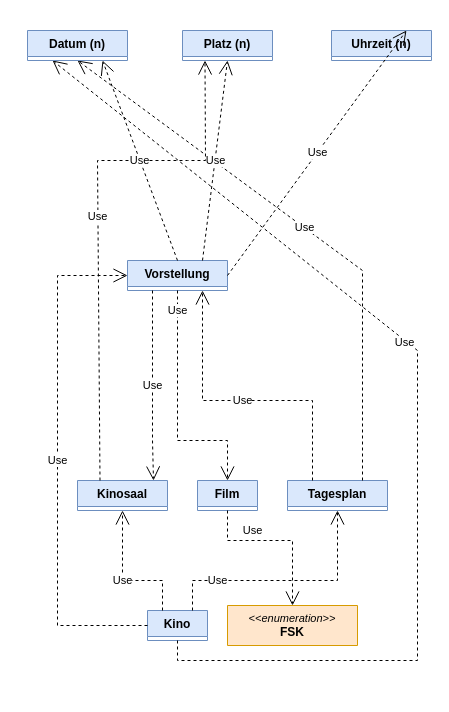
Before: Kino.drawio in minmyatthu556/diagramm, a draw.io diagram. Source tidied: cells renumbered, new cells numbered last; positions are measured from the earlier drawing's top-left corner, leaving out a move shared by most shapes. Both pictures are drawn from the tidied source at 100%, with x=0, y=0 at pixel (27, 30).
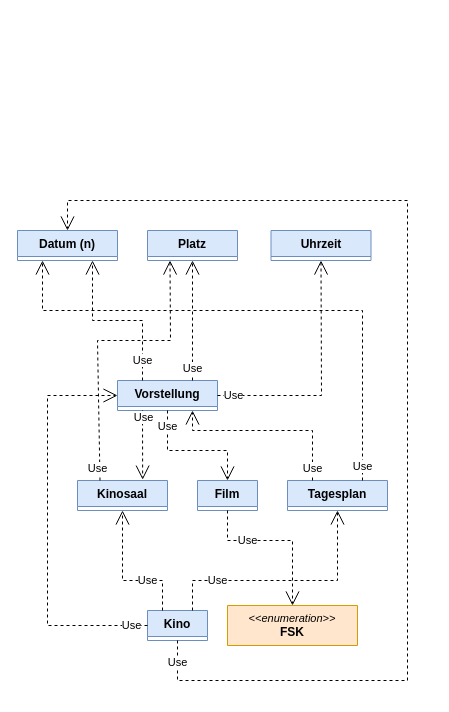
The same diagram, later.

The change refers to these unchanged cells:
```xml
<mxCell id="2" value="Film" style="swimlane;fontStyle=1;align=center;verticalAlign=top;horizontal=1;startSize=26;whiteSpace=wrap;html=1;fillColor=#dae8fc;strokeColor=#6c8ebf;" parent="1" vertex="1" collapsed="1">
  <mxGeometry x="170" y="450" width="60" height="30" as="geometry" />
</mxCell>
<mxCell id="3" value="Kino" style="swimlane;fontStyle=1;align=center;verticalAlign=top;horizontal=1;startSize=26;whiteSpace=wrap;html=1;fillColor=#dae8fc;strokeColor=#6c8ebf;" parent="1" vertex="1" collapsed="1">
  <mxGeometry x="120" y="580" width="60" height="30" as="geometry" />
</mxCell>
<mxCell id="4" value="Kinosaal" style="swimlane;fontStyle=1;align=center;verticalAlign=top;horizontal=1;startSize=26;whiteSpace=wrap;html=1;fillColor=#dae8fc;strokeColor=#6c8ebf;" parent="1" vertex="1" collapsed="1">
  <mxGeometry x="50" y="450" width="90" height="30" as="geometry" />
</mxCell>
<mxCell id="6" value="Tagesplan" style="swimlane;fontStyle=1;align=center;verticalAlign=top;horizontal=1;startSize=26;whiteSpace=wrap;html=1;fillColor=#dae8fc;strokeColor=#6c8ebf;" parent="1" vertex="1" collapsed="1">
  <mxGeometry x="260" y="450" width="100" height="30" as="geometry" />
</mxCell>
<mxCell id="23" value="&lt;div style=&quot;font-size: 11px;&quot;&gt;&lt;i style=&quot;font-weight: normal;&quot;&gt;&amp;lt;&amp;lt;enumeration&amp;gt;&amp;gt;&lt;/i&gt;&lt;/div&gt;FSK" style="swimlane;fontStyle=1;align=center;verticalAlign=top;horizontal=1;startSize=40;whiteSpace=wrap;html=1;fillColor=#ffe6cc;strokeColor=#d79b00;" parent="1" vertex="1" collapsed="1">
  <mxGeometry x="200" y="575" width="130" height="40" as="geometry" />
</mxCell>
```

Diff of the diagram source:
```diff
@@
-    <mxCell id="5" value="Platz (n)" style="swimlane;fontStyle=1;align=center;verticalAlign=top;horizontal=1;startSize=26;whiteSpace=wrap;html=1;fillColor=#dae8fc;strokeColor=#6c8ebf;" parent="1" vertex="1" collapsed="1">
-      <mxGeometry x="155" width="90" height="30" as="geometry" />
+    <mxCell id="5" value="Platz" style="swimlane;fontStyle=1;align=center;verticalAlign=top;horizontal=1;startSize=26;whiteSpace=wrap;html=1;fillColor=#dae8fc;strokeColor=#6c8ebf;" parent="1" vertex="1" collapsed="1">
+      <mxGeometry x="120" y="200" width="90" height="30" as="geometry" />
     </mxCell>
@@
     <mxCell id="7" value="Use" style="endArrow=open;endSize=12;dashed=1;html=1;rounded=0;exitX=0.5;exitY=1;exitDx=0;exitDy=0;entryX=0.5;entryY=0;entryDx=0;entryDy=0;" parent="1" edge="1" source="2" target="23">
-      <mxGeometry x="-0.31" y="10" relative="1" as="geometry">
+      <mxGeometry x="-0.38" relative="1" as="geometry">
         <Array as="points">
           <mxPoint x="200" y="510" />
           <mxPoint x="265" y="510" />
         </Array>
       </mxGeometry>
     </mxCell>
     <mxCell id="8" value="Use" style="endArrow=open;endSize=12;dashed=1;html=1;rounded=0;exitX=0.25;exitY=0;exitDx=0;exitDy=0;entryX=0.5;entryY=1;entryDx=0;entryDy=0;" parent="1" edge="1" source="3" target="4">
-      <mxGeometry relative="1" as="geometry">
+      <mxGeometry x="-0.36" relative="1" as="geometry">
         <Array as="points">
           <mxPoint x="135" y="550" />
           <mxPoint x="95" y="550" />
         </Array>
       </mxGeometry>
     </mxCell>
@@
-    <mxCell id="10" value="Use" style="endArrow=open;endSize=12;dashed=1;html=1;rounded=0;exitX=0.5;exitY=1;exitDx=0;exitDy=0;entryX=0.25;entryY=1;entryDx=0;entryDy=0;" parent="1" edge="1" source="3" target="22">
-      <mxGeometry x="0.13" y="2" relative="1" as="geometry">
+    <mxCell id="10" value="Use" style="endArrow=open;endSize=12;dashed=1;html=1;rounded=0;exitX=0.5;exitY=1;exitDx=0;exitDy=0;entryX=0.5;entryY=0;entryDx=0;entryDy=0;" parent="1" edge="1" source="3" target="22">
+      <mxGeometry x="-0.96" relative="1" as="geometry">
         <Array as="points">
-          <mxPoint x="150" y="630" />
-          <mxPoint x="390" y="630" />
-          <mxPoint x="390" y="320" />
+          <mxPoint x="150" y="650" />
+          <mxPoint x="380" y="650" />
+          <mxPoint x="380" y="170" />
+          <mxPoint x="40" y="170" />
         </Array>
       </mxGeometry>
     </mxCell>
-    <mxCell id="11" value="Use" style="endArrow=open;endSize=12;dashed=1;html=1;rounded=0;exitX=0.75;exitY=0;exitDx=0;exitDy=0;entryX=0.5;entryY=1;entryDx=0;entryDy=0;" parent="1" edge="1" source="6" target="22">
-      <mxGeometry relative="1" as="geometry">
+    <mxCell id="11" value="Use" style="endArrow=open;endSize=12;dashed=1;html=1;rounded=0;exitX=0.75;exitY=0;exitDx=0;exitDy=0;entryX=0.25;entryY=1;entryDx=0;entryDy=0;" parent="1" edge="1" source="6" target="22">
+      <mxGeometry x="-0.95" relative="1" as="geometry">
         <Array as="points">
-          <mxPoint x="335" y="240" />
+          <mxPoint x="335" y="280" />
+          <mxPoint x="15" y="280" />
         </Array>
       </mxGeometry>
     </mxCell>
     <mxCell id="12" value="Use" style="endArrow=open;endSize=12;dashed=1;html=1;rounded=0;exitX=0.25;exitY=0;exitDx=0;exitDy=0;entryX=0.75;entryY=1;entryDx=0;entryDy=0;" parent="1" edge="1" source="6" target="13">
-      <mxGeometry relative="1" as="geometry">
+      <mxGeometry x="-0.87" relative="1" as="geometry">
         <Array as="points">
-          <mxPoint x="285" y="370" />
-          <mxPoint x="175" y="370" />
+          <mxPoint x="285" y="400" />
+          <mxPoint x="165" y="400" />
         </Array>
       </mxGeometry>
     </mxCell>
     <mxCell id="13" value="Vorstellung" style="swimlane;fontStyle=1;align=center;verticalAlign=top;horizontal=1;startSize=26;whiteSpace=wrap;html=1;fillColor=#dae8fc;strokeColor=#6c8ebf;" parent="1" vertex="1" collapsed="1">
-      <mxGeometry x="100" y="230" width="100" height="30" as="geometry" />
+      <mxGeometry x="90" y="350" width="100" height="30" as="geometry" />
     </mxCell>
     <mxCell id="14" value="Use" style="endArrow=open;endSize=12;dashed=1;html=1;rounded=0;exitX=0;exitY=0.5;exitDx=0;exitDy=0;entryX=0;entryY=0.5;entryDx=0;entryDy=0;" parent="1" edge="1" source="3" target="13">
-      <mxGeometry relative="1" as="geometry">
+      <mxGeometry x="-0.92" relative="1" as="geometry">
         <Array as="points">
-          <mxPoint x="30" y="595" />
-          <mxPoint x="30" y="245" />
+          <mxPoint x="20" y="595" />
+          <mxPoint x="20" y="365" />
         </Array>
       </mxGeometry>
     </mxCell>
     <mxCell id="15" value="Use" style="endArrow=open;endSize=12;dashed=1;html=1;rounded=0;exitX=0.25;exitY=0;exitDx=0;exitDy=0;entryX=0.25;entryY=1;entryDx=0;entryDy=0;" parent="1" edge="1" source="4" target="5">
-      <mxGeometry relative="1" as="geometry">
+      <mxGeometry x="-0.92" y="2" relative="1" as="geometry">
         <Array as="points">
-          <mxPoint x="70" y="130" />
-          <mxPoint x="160" y="130" />
-          <mxPoint x="178" y="130" />
+          <mxPoint x="70" y="310" />
+          <mxPoint x="143" y="310" />
         </Array>
       </mxGeometry>
     </mxCell>
-    <mxCell id="16" value="Use" style="endArrow=open;endSize=12;dashed=1;html=1;rounded=0;exitX=0.25;exitY=1;exitDx=0;exitDy=0;" parent="1" edge="1" source="13">
-      <mxGeometry relative="1" as="geometry">
-        <mxPoint x="126" y="450" as="targetPoint" />
-        <Array as="points">
-          <mxPoint x="125" y="410" />
-        </Array>
-      </mxGeometry>
+    <mxCell id="16" value="Use" style="endArrow=open;endSize=12;dashed=1;html=1;rounded=0;exitX=0.25;exitY=1;exitDx=0;exitDy=0;entryX=0.724;entryY=-0.028;entryDx=0;entryDy=0;entryPerimeter=0;" parent="1" edge="1" source="13" target="4">
+      <mxGeometry x="-0.79" y="1" relative="1" as="geometry" />
     </mxCell>
     <mxCell id="17" value="Use" style="endArrow=open;endSize=12;dashed=1;html=1;rounded=0;exitX=0.5;exitY=1;exitDx=0;exitDy=0;entryX=0.5;entryY=0;entryDx=0;entryDy=0;" parent="1" edge="1" source="13" target="2">
-      <mxGeometry x="-0.83" relative="1" as="geometry">
+      <mxGeometry x="-0.75" relative="1" as="geometry">
         <Array as="points">
-          <mxPoint x="150" y="410" />
-          <mxPoint x="200" y="410" />
+          <mxPoint x="140" y="420" />
+          <mxPoint x="200" y="420" />
         </Array>
       </mxGeometry>
     </mxCell>
-    <mxCell id="18" value="Uhrzeit (n)" style="swimlane;fontStyle=1;align=center;verticalAlign=top;horizontal=1;startSize=26;whiteSpace=wrap;html=1;fillColor=#dae8fc;strokeColor=#6c8ebf;" parent="1" vertex="1" collapsed="1">
-      <mxGeometry x="304" width="100" height="30" as="geometry" />
+    <mxCell id="18" value="Uhrzeit" style="swimlane;fontStyle=1;align=center;verticalAlign=top;horizontal=1;startSize=26;whiteSpace=wrap;html=1;fillColor=#dae8fc;strokeColor=#6c8ebf;" parent="1" vertex="1" collapsed="1">
+      <mxGeometry x="243.5" y="200" width="100" height="30" as="geometry" />
     </mxCell>
-    <mxCell id="19" value="Use" style="endArrow=open;endSize=12;dashed=1;html=1;rounded=0;exitX=1;exitY=0.5;exitDx=0;exitDy=0;entryX=0.75;entryY=0;entryDx=0;entryDy=0;" parent="1" edge="1" source="13" target="18">
-      <mxGeometry relative="1" as="geometry" />
+    <mxCell id="19" value="Use" style="endArrow=open;endSize=12;dashed=1;html=1;rounded=0;exitX=1;exitY=0.5;exitDx=0;exitDy=0;entryX=0.5;entryY=1;entryDx=0;entryDy=0;" parent="1" edge="1" source="13" target="18">
+      <mxGeometry x="-0.87" relative="1" as="geometry">
+        <Array as="points">
+          <mxPoint x="294" y="365" />
+        </Array>
+      </mxGeometry>
     </mxCell>
-    <mxCell id="20" value="Use" style="endArrow=open;endSize=12;dashed=1;html=1;rounded=0;exitX=0.5;exitY=0;exitDx=0;exitDy=0;entryX=0.75;entryY=1;entryDx=0;entryDy=0;" parent="1" edge="1" source="13" target="22">
-      <mxGeometry relative="1" as="geometry" />
+    <mxCell id="20" value="Use" style="endArrow=open;endSize=12;dashed=1;html=1;rounded=0;exitX=0.25;exitY=0;exitDx=0;exitDy=0;entryX=0.75;entryY=1;entryDx=0;entryDy=0;" parent="1" edge="1" source="13" target="22">
+      <mxGeometry x="-0.76" relative="1" as="geometry">
+        <Array as="points">
+          <mxPoint x="115" y="290" />
+          <mxPoint x="65" y="290" />
+        </Array>
+      </mxGeometry>
     </mxCell>
     <mxCell id="21" value="Use" style="endArrow=open;endSize=12;dashed=1;html=1;rounded=0;exitX=0.75;exitY=0;exitDx=0;exitDy=0;entryX=0.5;entryY=1;entryDx=0;entryDy=0;" parent="1" edge="1" source="13" target="5">
-      <mxGeometry relative="1" as="geometry" />
+      <mxGeometry x="-0.8" relative="1" as="geometry" />
     </mxCell>
     <mxCell id="22" value="Datum (n)" style="swimlane;fontStyle=1;align=center;verticalAlign=top;horizontal=1;startSize=26;whiteSpace=wrap;html=1;fillColor=#dae8fc;strokeColor=#6c8ebf;" parent="1" vertex="1" collapsed="1">
-      <mxGeometry width="100" height="30" as="geometry" />
+      <mxGeometry x="-10" y="200" width="100" height="30" as="geometry" />
     </mxCell>
```
